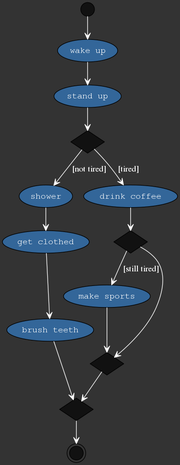
The Graphviz diagram examples/simple_test.png in windler/AwesM, before a commit. Its source is kept beside it as examples/simple_test.png.dot.
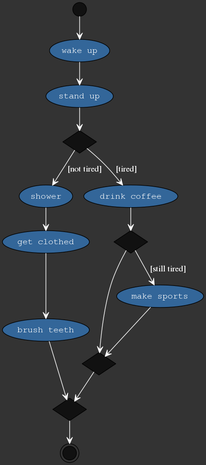
Later version of the same file.

Commit message:
fork/join refactoring

Diff of the diagram source:
```diff
@@ -1,8 +1,22 @@
 digraph  {
 graph [bgcolor="#333333"]
 node [fontcolor="white" fontname="Courier" shape="oval" fillcolor="#336699" style="filled"]
-edge [arrowhead="open" color="white" fontcolor="white" splines="curved"]
-"#start"[label="" style="filled" fillcolor="#111111" height="0.3" shape="circle"]
+edge [color="white" fontcolor="white" splines="curved" arrowhead="open"]
+"wake up"
+"wake up"->"stand up"
+"cond_5577006791947779410"[shape="diamond" label="" fillcolor="#111111"]
+"cond_5577006791947779410"->"shower"[label=" [not tired]"]
+"cond_5577006791947779410"->"drink coffee"[label=" [tired]"]
+"drink coffee"
+"drink coffee"->"cond_4037200794235010051"
+"join_3916589616287113937"[label="" fillcolor="#111111" shape="diamond"]
+"join_3916589616287113937"->"join_8674665223082153551"
+"#end"[shape="doublecircle" label="" style="filled" fillcolor="#111111" height="0.3"]
+"make sports"
+"make sports"->"join_3916589616287113937"
+"join_8674665223082153551"[shape="diamond" label="" fillcolor="#111111"]
+"join_8674665223082153551"->"#end"
+"#start"[height="0.3" shape="circle" label="" style="filled" fillcolor="#111111"]
 "#start"->"wake up"
 "stand up"
 "stand up"->"cond_5577006791947779410"
@@ -10,23 +24,9 @@
 "shower"->"get clothed"
 "get clothed"
 "get clothed"->"brush teeth"
-"join_5577006791947779410"[shape="diamond" label="" fillcolor="#111111"]
-"join_5577006791947779410"->"#end"
-"#end"[fillcolor="#111111" height="0.3" shape="doublecircle" label="" style="filled"]
-"wake up"
-"wake up"->"stand up"
-"cond_5577006791947779410"[shape="diamond" label="" fillcolor="#111111"]
-"cond_5577006791947779410"->"shower"[label=" [not tired]"]
-"cond_5577006791947779410"->"drink coffee"[label=" [tired]"]
 "brush teeth"
-"brush teeth"->"join_5577006791947779410"
-"drink coffee"
-"drink coffee"->"cond_6129484611666145821"
-"cond_6129484611666145821"[shape="diamond" label="" fillcolor="#111111"]
-"cond_6129484611666145821"->"make sports"[label=" [still tired]"]
-"cond_6129484611666145821"->"join_6129484611666145821"
-"make sports"
-"make sports"->"join_6129484611666145821"
-"join_6129484611666145821"[fillcolor="#111111" shape="diamond" label=""]
-"join_6129484611666145821"->"join_5577006791947779410"
+"brush teeth"->"join_8674665223082153551"
+"cond_4037200794235010051"[label="" fillcolor="#111111" shape="diamond"]
+"cond_4037200794235010051"->"make sports"[label=" [still tired]"]
+"cond_4037200794235010051"->"join_3916589616287113937"
 }
```
